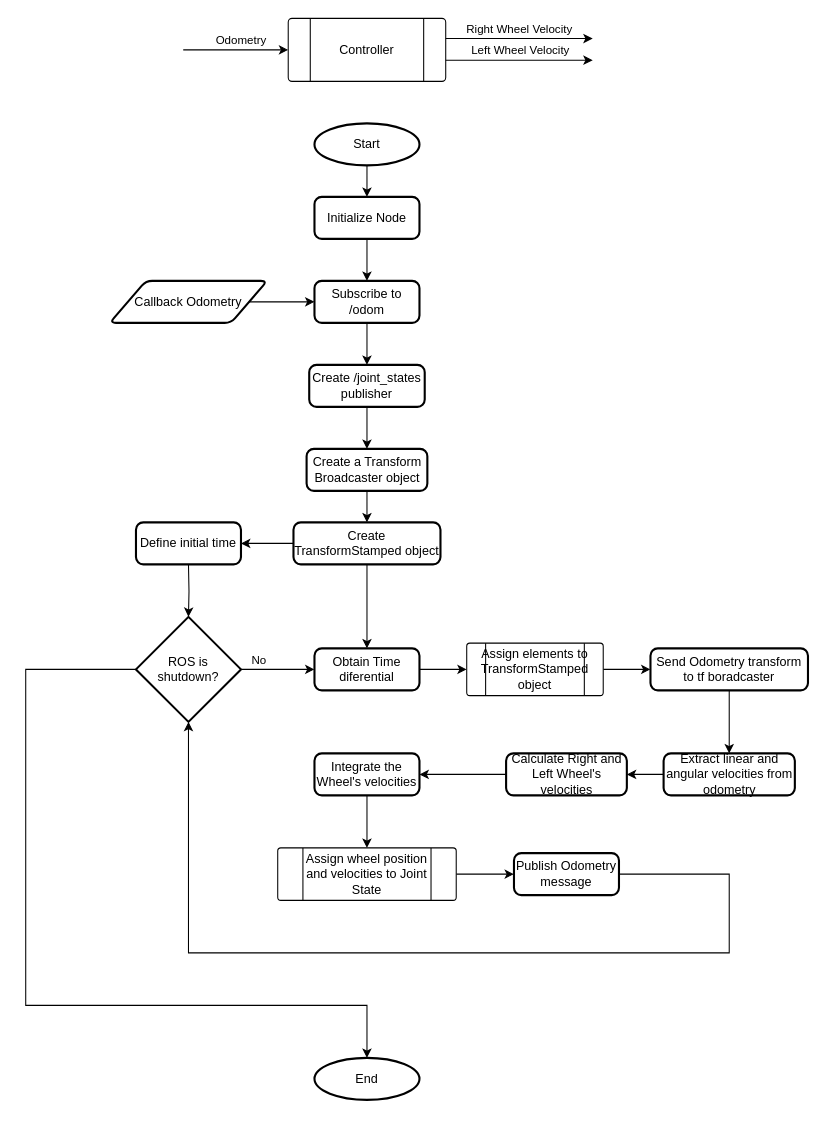
DevasNAI/Electro-Horchatas-Autonomous-Challenge keeps this draw.io diagram as page "Stage_3Controller" (7 of 7) of Images/MiniChallenge2.drawio. Above is the earlier version. Source tidied: cells renumbered, new cells numbered last; positions are measured from the earlier drawing's top-left corner, leaving out a move shared by most shapes. Both pictures are drawn from the tidied source at 105%, with x=0, y=0 at pixel (25, 18).
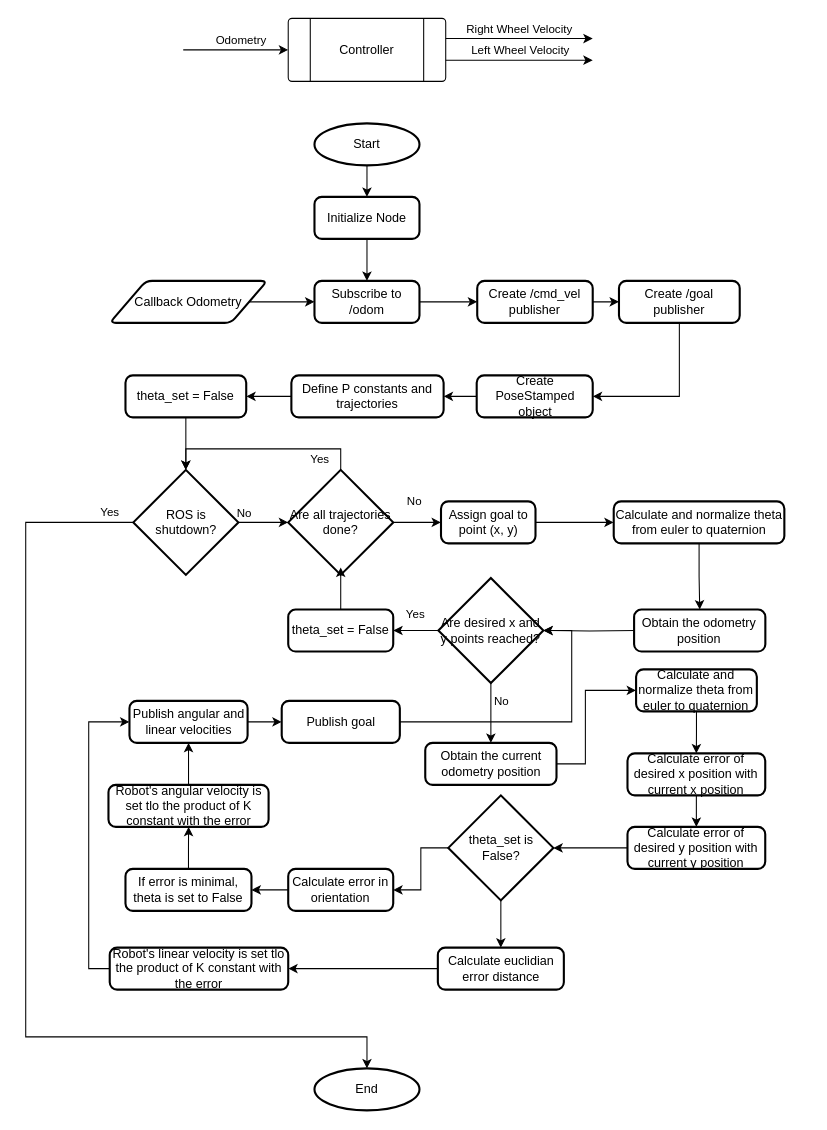
Above is the later version.

Change to the diagram source:
```diff
@@
-    <mxCell id="10" style="edgeStyle=orthogonalEdgeStyle;rounded=0;jettySize=auto;html=1;" parent="1" edge="1" source="11" target="22">
-      <mxGeometry relative="1" as="geometry" />
-    </mxCell>
-    <mxCell id="11" value="Create TransformStamped object" style="rounded=1;whiteSpace=wrap;html=1;absoluteArcSize=1;arcSize=14;strokeWidth=2;" parent="1" vertex="1">
-      <mxGeometry x="255" y="480" width="140" height="40" as="geometry" />
+    <mxCell id="11" value="Create PoseStamped object" style="rounded=1;whiteSpace=wrap;html=1;absoluteArcSize=1;arcSize=14;strokeWidth=2;" parent="1" vertex="1">
+      <mxGeometry x="429.5" y="340" width="110.5" height="40" as="geometry" />
     </mxCell>
-    <mxCell id="12" style="edgeStyle=orthogonalEdgeStyle;rounded=0;jettySize=auto;html=1;entryX=0.5;entryY=0;entryDx=0;entryDy=0;" parent="1" edge="1" source="13" target="11">
-      <mxGeometry relative="1" as="geometry" />
+    <mxCell id="12" style="edgeStyle=orthogonalEdgeStyle;rounded=0;jettySize=auto;html=1;entryX=1;entryY=0.5;entryDx=0;entryDy=0;exitX=0.5;exitY=1;exitDx=0;exitDy=0;" parent="1" edge="1" target="11">
+      <mxGeometry relative="1" as="geometry">
+        <mxPoint x="622.5" y="270" as="sourcePoint" />
+        <Array as="points">
+          <mxPoint x="623" y="360" />
+        </Array>
+      </mxGeometry>
     </mxCell>
-    <mxCell id="13" value="Create a Transform Broadcaster object" style="rounded=1;whiteSpace=wrap;html=1;absoluteArcSize=1;arcSize=14;strokeWidth=2;" parent="1" vertex="1">
-      <mxGeometry x="267.5" y="410" width="115" height="40" as="geometry" />
+    <mxCell id="13" value="Create /goal publisher" style="rounded=1;whiteSpace=wrap;html=1;absoluteArcSize=1;arcSize=14;strokeWidth=2;" parent="1" vertex="1">
+      <mxGeometry x="565" y="250" width="115" height="40" as="geometry" />
     </mxCell>
@@
-    <mxCell id="15" value="Create /joint_states publisher" style="rounded=1;whiteSpace=wrap;html=1;absoluteArcSize=1;arcSize=14;strokeWidth=2;" parent="1" vertex="1">
-      <mxGeometry x="270" y="330" width="110" height="40" as="geometry" />
+    <mxCell id="15" value="Create /cmd_vel publisher" style="rounded=1;whiteSpace=wrap;html=1;absoluteArcSize=1;arcSize=14;strokeWidth=2;" parent="1" vertex="1">
+      <mxGeometry x="430" y="250" width="110" height="40" as="geometry" />
     </mxCell>
+    <mxCell id="46" style="edgeStyle=orthogonalEdgeStyle;rounded=0;jettySize=auto;html=1;" parent="1" edge="1" source="16" target="63">
+      <mxGeometry relative="1" as="geometry" />
+    </mxCell>
-    <mxCell id="16" value="Define initial time" style="rounded=1;whiteSpace=wrap;html=1;absoluteArcSize=1;arcSize=14;strokeWidth=2;" parent="1" vertex="1">
-      <mxGeometry x="105" y="480" width="100" height="40" as="geometry" />
+    <mxCell id="16" value="Define P constants and trajectories" style="rounded=1;whiteSpace=wrap;html=1;absoluteArcSize=1;arcSize=14;strokeWidth=2;" parent="1" vertex="1">
+      <mxGeometry x="253" y="340" width="145" height="40" as="geometry" />
     </mxCell>
-    <mxCell id="17" style="edgeStyle=orthogonalEdgeStyle;rounded=0;jettySize=auto;html=1;" parent="1" edge="1" target="20">
-      <mxGeometry relative="1" as="geometry">
-        <mxPoint x="155" y="520" as="sourcePoint" />
-      </mxGeometry>
-    </mxCell>
-    <mxCell id="18" style="edgeStyle=orthogonalEdgeStyle;rounded=0;jettySize=auto;html=1;" parent="1" edge="1" source="20" target="22">
+    <mxCell id="18" style="edgeStyle=orthogonalEdgeStyle;rounded=0;jettySize=auto;html=1;entryX=0;entryY=0.5;entryDx=0;entryDy=0;entryPerimeter=0;" parent="1" edge="1" source="20" target="50">
       <mxGeometry relative="1" as="geometry" />
     </mxCell>
@@
     <mxCell id="20" value="ROS is shutdown?" style="strokeWidth=2;html=1;shape=mxgraph.flowchart.decision;whiteSpace=wrap;" parent="1" vertex="1">
-      <mxGeometry x="105" y="570" width="100" height="100" as="geometry" />
+      <mxGeometry x="102.5" y="430" width="100" height="100" as="geometry" />
     </mxCell>
-    <mxCell id="21" style="edgeStyle=orthogonalEdgeStyle;rounded=0;jettySize=auto;html=1;entryX=0;entryY=0.5;entryDx=0;entryDy=0;" parent="1" edge="1" source="22" target="42">
-      <mxGeometry relative="1" as="geometry" />
-    </mxCell>
-    <mxCell id="22" value="Obtain Time diferential" style="rounded=1;whiteSpace=wrap;html=1;absoluteArcSize=1;arcSize=14;strokeWidth=2;" parent="1" vertex="1">
-      <mxGeometry x="275" y="600" width="100" height="40" as="geometry" />
-    </mxCell>
@@
-    <mxCell id="24" value="Calculate Right and Left Wheel's velocities" style="rounded=1;whiteSpace=wrap;html=1;absoluteArcSize=1;arcSize=14;strokeWidth=2;" parent="1" vertex="1">
-      <mxGeometry x="457.5" y="700" width="115" height="40" as="geometry" />
+    <mxCell id="24" value="Calculate and normalize theta from euler to quaternion" style="rounded=1;whiteSpace=wrap;html=1;absoluteArcSize=1;arcSize=14;strokeWidth=2;" parent="1" vertex="1">
+      <mxGeometry x="581.3" y="620" width="115" height="40" as="geometry" />
     </mxCell>
-    <mxCell id="25" style="edgeStyle=orthogonalEdgeStyle;rounded=0;jettySize=auto;html=1;entryX=0.5;entryY=0;entryDx=0;entryDy=0;" parent="1" edge="1" source="26" target="37">
-      <mxGeometry relative="1" as="geometry" />
-    </mxCell>
+    <mxCell id="47" style="edgeStyle=orthogonalEdgeStyle;rounded=0;jettySize=auto;html=1;" parent="1" edge="1" source="26" target="65">
+      <mxGeometry relative="1" as="geometry" />
+    </mxCell>
-    <mxCell id="26" value="Integrate the Wheel's velocities" style="rounded=1;whiteSpace=wrap;html=1;absoluteArcSize=1;arcSize=14;strokeWidth=2;" parent="1" vertex="1">
-      <mxGeometry x="275" y="700" width="100" height="40" as="geometry" />
+    <mxCell id="26" value="Calculate error of desired x position with current x position" style="rounded=1;whiteSpace=wrap;html=1;absoluteArcSize=1;arcSize=14;strokeWidth=2;" parent="1" vertex="1">
+      <mxGeometry x="573.1" y="700" width="131.2" height="40" as="geometry" />
     </mxCell>
-    <mxCell id="27" value="Publish Odometry message" style="rounded=1;whiteSpace=wrap;html=1;absoluteArcSize=1;arcSize=14;strokeWidth=2;" parent="1" vertex="1">
-      <mxGeometry x="465" y="795" width="100" height="40" as="geometry" />
-    </mxCell>
@@
     <mxCell id="30" value="End" style="strokeWidth=2;html=1;shape=mxgraph.flowchart.start_2;whiteSpace=wrap;" parent="1" vertex="1">
-      <mxGeometry x="275" y="990" width="100" height="40" as="geometry" />
+      <mxGeometry x="275" y="1000" width="100" height="40" as="geometry" />
     </mxCell>
-    <mxCell id="31" style="edgeStyle=orthogonalEdgeStyle;rounded=0;jettySize=auto;html=1;entryX=0.5;entryY=0;entryDx=0;entryDy=0;entryPerimeter=0;" parent="1" edge="1" source="20" target="30">
-      <mxGeometry relative="1" as="geometry">
+    <mxCell id="31" value="Yes" style="edgeStyle=orthogonalEdgeStyle;rounded=0;jettySize=auto;html=1;entryX=0.5;entryY=0;entryDx=0;entryDy=0;entryPerimeter=0;exitX=0;exitY=0.5;exitDx=0;exitDy=0;exitPerimeter=0;" parent="1" edge="1" source="20" target="30">
+      <mxGeometry x="-0.95" y="-10" relative="1" as="geometry">
         <Array as="points">
-          <mxPoint y="620" />
-          <mxPoint y="940" />
-          <mxPoint x="325" y="940" />
+          <mxPoint y="480" />
+          <mxPoint y="970" />
+          <mxPoint x="325" y="970" />
         </Array>
+        <mxPoint x="1" as="offset" />
       </mxGeometry>
     </mxCell>
@@
-    <mxCell id="33" value="Send Odometry transform to tf boradcaster" style="rounded=1;whiteSpace=wrap;html=1;absoluteArcSize=1;arcSize=14;strokeWidth=2;" parent="1" vertex="1">
-      <mxGeometry x="595" y="600" width="150" height="40" as="geometry" />
+    <mxCell id="33" value="Calculate and normalize theta from euler to quaternion" style="rounded=1;whiteSpace=wrap;html=1;absoluteArcSize=1;arcSize=14;strokeWidth=2;" parent="1" vertex="1">
+      <mxGeometry x="560" y="460" width="162.5" height="40" as="geometry" />
     </mxCell>
-    <mxCell id="34" style="edgeStyle=orthogonalEdgeStyle;rounded=0;jettySize=auto;html=1;" parent="1" edge="1" source="35" target="24">
-      <mxGeometry relative="1" as="geometry" />
-    </mxCell>
+    <mxCell id="48" style="edgeStyle=orthogonalEdgeStyle;rounded=0;jettySize=auto;html=1;entryX=1;entryY=0.5;entryDx=0;entryDy=0;entryPerimeter=0;" parent="1" edge="1" target="55">
+      <mxGeometry relative="1" as="geometry">
+        <mxPoint x="581.2" y="583" as="sourcePoint" />
+      </mxGeometry>
+    </mxCell>
-    <mxCell id="35" value="Extract linear and angular velocities from odometry" style="rounded=1;whiteSpace=wrap;html=1;absoluteArcSize=1;arcSize=14;strokeWidth=2;" parent="1" vertex="1">
-      <mxGeometry x="607.5" y="700" width="125" height="40" as="geometry" />
+    <mxCell id="35" value="Obtain the odometry position" style="rounded=1;whiteSpace=wrap;html=1;absoluteArcSize=1;arcSize=14;strokeWidth=2;" parent="1" vertex="1">
+      <mxGeometry x="579.4" y="563" width="125" height="40" as="geometry" />
     </mxCell>
-    <mxCell id="36" style="edgeStyle=orthogonalEdgeStyle;rounded=0;jettySize=auto;html=1;" parent="1" edge="1" source="37" target="27">
-      <mxGeometry relative="1" as="geometry" />
-    </mxCell>
-    <mxCell id="37" value="Assign wheel position and velocities to Joint State" style="verticalLabelPosition=middle;verticalAlign=middle;html=1;shape=process;whiteSpace=wrap;rounded=1;size=0.14;arcSize=6;labelPosition=center;align=center;" parent="1" vertex="1">
-      <mxGeometry x="240" y="790" width="170" height="50" as="geometry" />
-    </mxCell>
-    <mxCell id="38" style="edgeStyle=orthogonalEdgeStyle;rounded=0;jettySize=auto;html=1;entryX=0.5;entryY=1;entryDx=0;entryDy=0;entryPerimeter=0;" parent="1" edge="1" source="27" target="20">
-      <mxGeometry relative="1" as="geometry">
-        <Array as="points">
-          <mxPoint x="670" y="890" />
-          <mxPoint x="155" y="890" />
-        </Array>
-      </mxGeometry>
-    </mxCell>
@@
-    <mxCell id="41" style="edgeStyle=orthogonalEdgeStyle;rounded=0;jettySize=auto;html=1;" parent="1" edge="1" source="42" target="33">
-      <mxGeometry relative="1" as="geometry" />
-    </mxCell>
-    <mxCell id="42" value="Assign elements to TransformStamped object" style="verticalLabelPosition=middle;verticalAlign=middle;html=1;shape=process;whiteSpace=wrap;rounded=1;size=0.14;arcSize=6;labelPosition=center;align=center;" parent="1" vertex="1">
-      <mxGeometry x="420" y="595" width="130" height="50" as="geometry" />
-    </mxCell>
@@
+    <mxCell id="49" value="No" style="edgeStyle=orthogonalEdgeStyle;rounded=0;jettySize=auto;html=1;" parent="1" edge="1" source="50" target="52">
+      <mxGeometry x="-0.12" y="20" relative="1" as="geometry" />
+    </mxCell>
+    <mxCell id="50" value="Are all trajectories done?" style="strokeWidth=2;html=1;shape=mxgraph.flowchart.decision;whiteSpace=wrap;" parent="1" vertex="1">
+      <mxGeometry x="250" y="430" width="100" height="100" as="geometry" />
+    </mxCell>
+    <mxCell id="51" style="edgeStyle=orthogonalEdgeStyle;rounded=0;jettySize=auto;html=1;" parent="1" edge="1" source="52" target="33">
+      <mxGeometry relative="1" as="geometry" />
+    </mxCell>
+    <mxCell id="52" value="Assign goal to point (x, y)" style="rounded=1;whiteSpace=wrap;html=1;absoluteArcSize=1;arcSize=14;strokeWidth=2;" parent="1" vertex="1">
+      <mxGeometry x="395.5" y="460" width="90" height="40" as="geometry" />
+    </mxCell>
+    <mxCell id="53" value="No" style="edgeStyle=orthogonalEdgeStyle;rounded=0;jettySize=auto;html=1;exitX=0.5;exitY=0.97;exitDx=0;exitDy=0;exitPerimeter=0;" parent="1" edge="1" source="55" target="57">
+      <mxGeometry x="-0.33" y="10" relative="1" as="geometry" />
+    </mxCell>
+    <mxCell id="54" value="Yes" style="edgeStyle=orthogonalEdgeStyle;rounded=0;jettySize=auto;html=1;" parent="1" edge="1" source="55" target="61">
+      <mxGeometry x="0.01" y="-15" relative="1" as="geometry" />
+    </mxCell>
+    <mxCell id="55" value="Are desired x and y points reached?" style="strokeWidth=2;html=1;shape=mxgraph.flowchart.decision;whiteSpace=wrap;" parent="1" vertex="1">
+      <mxGeometry x="393" y="533" width="100" height="100" as="geometry" />
+    </mxCell>
+    <mxCell id="56" style="edgeStyle=orthogonalEdgeStyle;rounded=0;jettySize=auto;html=1;entryX=0;entryY=0.5;entryDx=0;entryDy=0;" parent="1" edge="1" source="57" target="24">
+      <mxGeometry relative="1" as="geometry">
+        <Array as="points">
+          <mxPoint x="533" y="710" />
+          <mxPoint x="533" y="640" />
+        </Array>
+      </mxGeometry>
+    </mxCell>
+    <mxCell id="57" value="Obtain the current odometry position" style="rounded=1;whiteSpace=wrap;html=1;absoluteArcSize=1;arcSize=14;strokeWidth=2;" parent="1" vertex="1">
+      <mxGeometry x="380.5" y="690" width="125" height="40" as="geometry" />
+    </mxCell>
+    <mxCell id="58" style="edgeStyle=orthogonalEdgeStyle;rounded=0;jettySize=auto;html=1;" parent="1" edge="1" source="59" target="70">
+      <mxGeometry relative="1" as="geometry" />
+    </mxCell>
+    <mxCell id="59" value="Calculate error in orientation" style="rounded=1;whiteSpace=wrap;html=1;absoluteArcSize=1;arcSize=14;strokeWidth=2;" parent="1" vertex="1">
+      <mxGeometry x="250" y="810" width="100" height="40" as="geometry" />
+    </mxCell>
+    <mxCell id="60" style="edgeStyle=orthogonalEdgeStyle;rounded=0;jettySize=auto;html=1;" parent="1" edge="1" source="61">
+      <mxGeometry relative="1" as="geometry">
+        <mxPoint x="300" y="523" as="targetPoint" />
+      </mxGeometry>
+    </mxCell>
+    <mxCell id="61" value="theta_set = False" style="rounded=1;whiteSpace=wrap;html=1;absoluteArcSize=1;arcSize=14;strokeWidth=2;" parent="1" vertex="1">
+      <mxGeometry x="250" y="563" width="100" height="40" as="geometry" />
+    </mxCell>
+    <mxCell id="62" style="edgeStyle=orthogonalEdgeStyle;rounded=0;jettySize=auto;html=1;" parent="1" edge="1" source="63" target="20">
+      <mxGeometry relative="1" as="geometry" />
+    </mxCell>
+    <mxCell id="63" value="theta_set = False" style="rounded=1;whiteSpace=wrap;html=1;absoluteArcSize=1;arcSize=14;strokeWidth=2;" parent="1" vertex="1">
+      <mxGeometry x="95" y="340" width="115" height="40" as="geometry" />
+    </mxCell>
+    <mxCell id="64" style="edgeStyle=orthogonalEdgeStyle;rounded=0;jettySize=auto;html=1;" parent="1" edge="1" source="65" target="68">
+      <mxGeometry relative="1" as="geometry" />
+    </mxCell>
+    <mxCell id="65" value="Calculate error of desired y position with current y position" style="rounded=1;html=1;absoluteArcSize=1;arcSize=14;strokeWidth=2;verticalAlign=middle;whiteSpace=wrap;" parent="1" vertex="1">
+      <mxGeometry x="573.1" y="770" width="131.2" height="40" as="geometry" />
+    </mxCell>
+    <mxCell id="66" style="edgeStyle=orthogonalEdgeStyle;rounded=0;jettySize=auto;html=1;" parent="1" edge="1" source="68" target="59">
+      <mxGeometry relative="1" as="geometry" />
+    </mxCell>
+    <mxCell id="67" style="edgeStyle=orthogonalEdgeStyle;rounded=0;jettySize=auto;html=1;" parent="1" edge="1" source="68" target="74">
+      <mxGeometry relative="1" as="geometry" />
+    </mxCell>
+    <mxCell id="68" value="theta_set is False?" style="strokeWidth=2;html=1;shape=mxgraph.flowchart.decision;whiteSpace=wrap;" parent="1" vertex="1">
+      <mxGeometry x="402.5" y="740" width="100" height="100" as="geometry" />
+    </mxCell>
+    <mxCell id="69" style="edgeStyle=orthogonalEdgeStyle;rounded=0;jettySize=auto;html=1;" parent="1" edge="1" source="70" target="72">
+      <mxGeometry relative="1" as="geometry" />
+    </mxCell>
+    <mxCell id="70" value="If error is minimal, theta is set to False" style="rounded=1;whiteSpace=wrap;html=1;absoluteArcSize=1;arcSize=14;strokeWidth=2;" parent="1" vertex="1">
+      <mxGeometry x="95" y="810" width="120" height="40" as="geometry" />
+    </mxCell>
+    <mxCell id="71" style="edgeStyle=orthogonalEdgeStyle;rounded=0;jettySize=auto;html=1;" parent="1" edge="1" source="72" target="79">
+      <mxGeometry relative="1" as="geometry" />
+    </mxCell>
+    <mxCell id="72" value="Robot's angular velocity is set tlo the product of K constant with the error" style="rounded=1;whiteSpace=wrap;html=1;absoluteArcSize=1;arcSize=14;strokeWidth=2;" parent="1" vertex="1">
+      <mxGeometry x="78.8" y="730" width="152.5" height="40" as="geometry" />
+    </mxCell>
+    <mxCell id="73" style="edgeStyle=orthogonalEdgeStyle;rounded=0;jettySize=auto;html=1;" parent="1" edge="1" source="74" target="76">
+      <mxGeometry relative="1" as="geometry" />
+    </mxCell>
+    <mxCell id="74" value="Calculate euclidian error distance" style="rounded=1;whiteSpace=wrap;html=1;absoluteArcSize=1;arcSize=14;strokeWidth=2;" parent="1" vertex="1">
+      <mxGeometry x="392.5" y="885" width="120" height="40" as="geometry" />
+    </mxCell>
+    <mxCell id="75" style="edgeStyle=orthogonalEdgeStyle;rounded=0;jettySize=auto;html=1;entryX=0;entryY=0.5;entryDx=0;entryDy=0;" parent="1" edge="1" source="76" target="79">
+      <mxGeometry relative="1" as="geometry">
+        <Array as="points">
+          <mxPoint x="60" y="905" />
+          <mxPoint x="60" y="670" />
+        </Array>
+      </mxGeometry>
+    </mxCell>
+    <mxCell id="76" value="Robot's linear velocity is set tlo the product of K constant with the error" style="rounded=1;whiteSpace=wrap;html=1;absoluteArcSize=1;arcSize=14;strokeWidth=2;" parent="1" vertex="1">
+      <mxGeometry x="80" y="885" width="170" height="40" as="geometry" />
+    </mxCell>
+    <mxCell id="77" value="Yes" style="edgeStyle=orthogonalEdgeStyle;rounded=0;jettySize=auto;html=1;entryX=0.5;entryY=0;entryDx=0;entryDy=0;entryPerimeter=0;" parent="1" edge="1" source="50" target="20">
+      <mxGeometry x="-0.57" y="10" relative="1" as="geometry">
+        <Array as="points">
+          <mxPoint x="300" y="410" />
+          <mxPoint x="153" y="410" />
+        </Array>
+      </mxGeometry>
+    </mxCell>
+    <mxCell id="78" style="edgeStyle=orthogonalEdgeStyle;rounded=0;jettySize=auto;html=1;" parent="1" edge="1" source="79" target="80">
+      <mxGeometry relative="1" as="geometry" />
+    </mxCell>
+    <mxCell id="79" value="Publish angular and linear velocities" style="rounded=1;whiteSpace=wrap;html=1;absoluteArcSize=1;arcSize=14;strokeWidth=2;" parent="1" vertex="1">
+      <mxGeometry x="98.8" y="650" width="112.5" height="40" as="geometry" />
+    </mxCell>
+    <mxCell id="80" value="Publish goal" style="rounded=1;whiteSpace=wrap;html=1;absoluteArcSize=1;arcSize=14;strokeWidth=2;" parent="1" vertex="1">
+      <mxGeometry x="243.8" y="650" width="112.5" height="40" as="geometry" />
+    </mxCell>
+    <mxCell id="81" style="edgeStyle=orthogonalEdgeStyle;rounded=0;jettySize=auto;html=1;entryX=1;entryY=0.5;entryDx=0;entryDy=0;entryPerimeter=0;" parent="1" edge="1" source="80" target="55">
+      <mxGeometry relative="1" as="geometry">
+        <Array as="points">
+          <mxPoint x="520" y="670" />
+          <mxPoint x="520" y="583" />
+        </Array>
+      </mxGeometry>
+    </mxCell>
```
